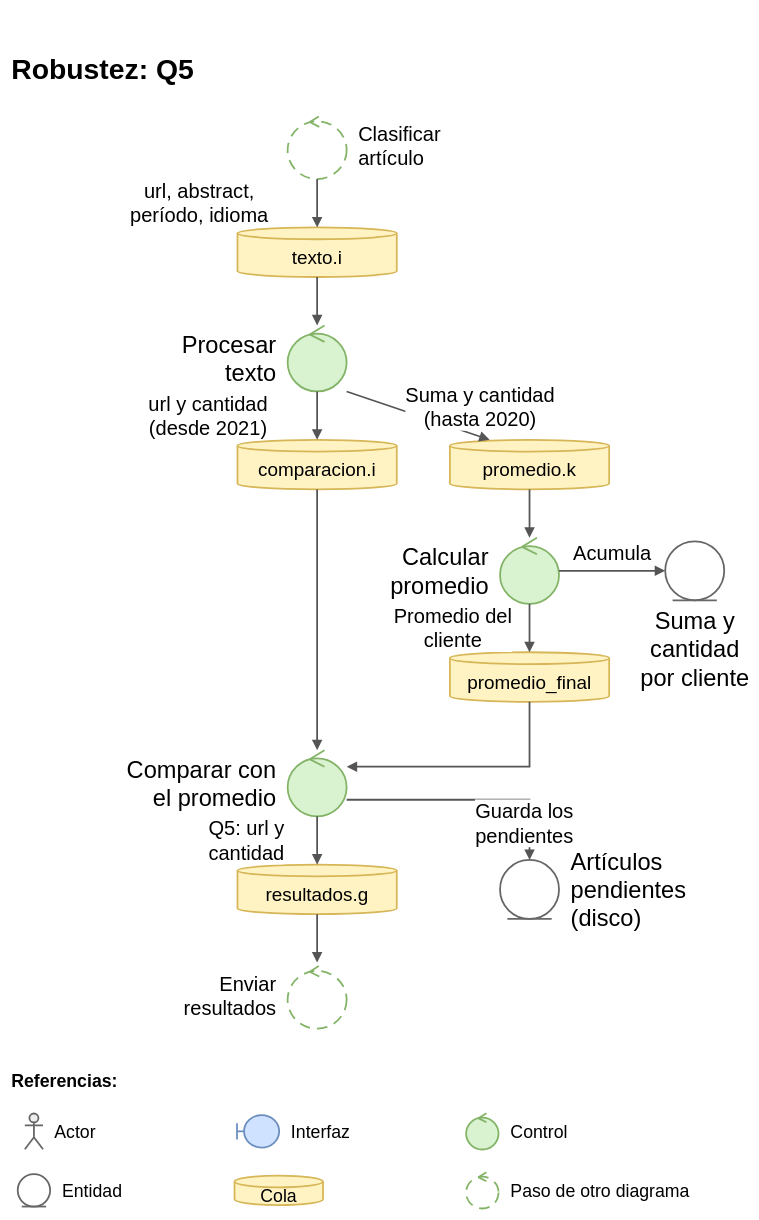
Before: page "Robustez - Q5" (4 of 4) of docs/robustez.drawio in Cristobal710/tp-final-distribuidos, a draw.io diagram. Source tidied: cells renumbered, new cells numbered last; positions are measured from the earlier drawing's top-left corner, leaving out a move shared by most shapes. Both pictures are drawn from the tidied source at 59%, with x=0, y=0 at pixel (10, 51).
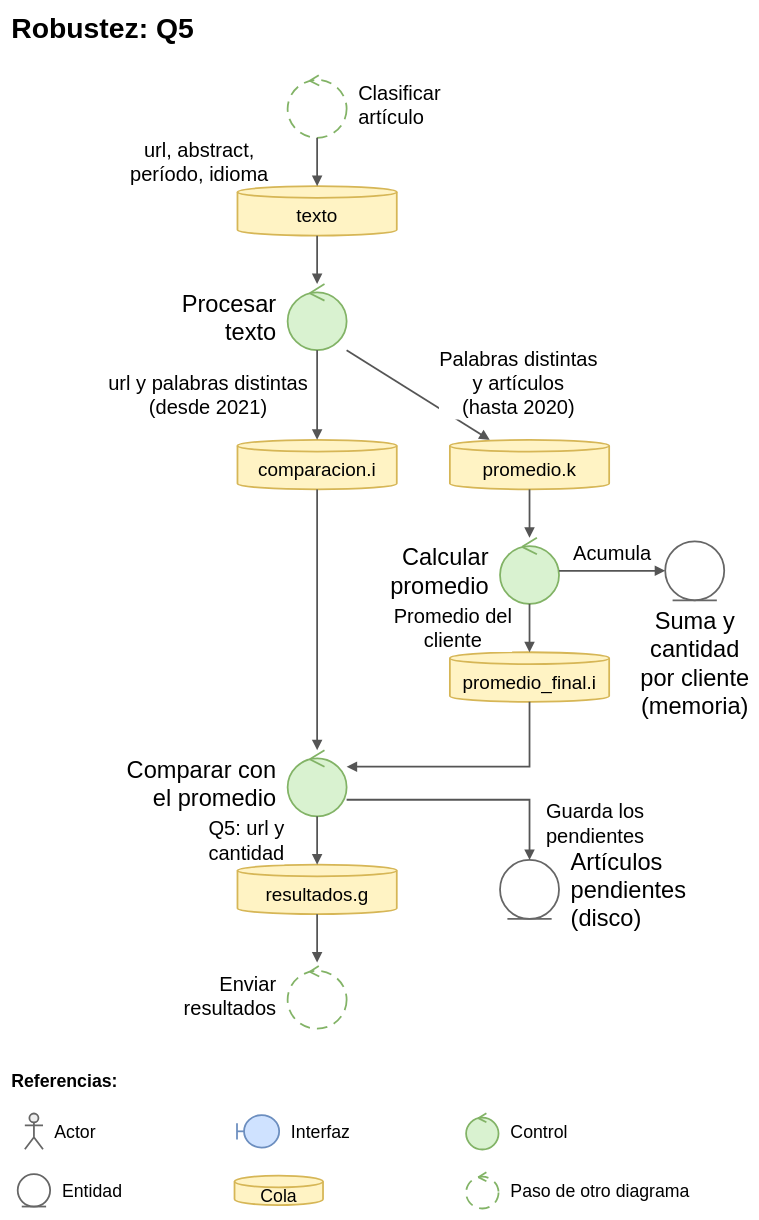
The same page after the edit.

Unchanged cells that the change refers to:
```xml
<mxCell id="6" value="promedio.k" style="shape=cylinder3;boundedLbl=1;size=10;whiteSpace=wrap;html=1;fillColor=#fff3c4;strokeColor=#d6b656;strokeWidth=3;fontFamily=Calibri;fontSize=32;" parent="1" vertex="1">
  <mxGeometry x="745" y="658" width="270" height="84" as="geometry" />
</mxCell>
<mxCell id="7" value="comparacion.i" style="shape=cylinder3;boundedLbl=1;size=10;whiteSpace=wrap;html=1;fillColor=#fff3c4;strokeColor=#d6b656;strokeWidth=3;fontFamily=Calibri;fontSize=32;" parent="1" vertex="1">
  <mxGeometry x="385" y="658" width="270" height="84" as="geometry" />
</mxCell>
<mxCell id="11" value="Comparar con&lt;br&gt;el promedio" style="shape=umlControl;fillColor=#d9f2d0;strokeColor=#82b366;verticalLabelPosition=middle;verticalAlign=middle;labelPosition=left;align=right;spacingRight=18;html=1;whiteSpace=nowrap;strokeWidth=3;fontFamily=Calibri;fontSize=40;" parent="1" vertex="1">
  <mxGeometry x="470" y="1184" width="100" height="112" as="geometry" />
</mxCell>
<mxCell id="12" value="Artículos&lt;br&gt;pendientes&lt;br&gt;(disco)" style="shape=umlEntity;fillColor=#ffffff;strokeColor=#666666;verticalLabelPosition=middle;verticalAlign=middle;labelPosition=right;align=left;spacingLeft=18;html=1;whiteSpace=nowrap;strokeWidth=3;fontFamily=Calibri;fontSize=40;" parent="1" vertex="1">
  <mxGeometry x="830" y="1370" width="100" height="100" as="geometry" />
</mxCell>
```

Diff of the diagram source:
```diff
@@
     <mxCell id="2" value="&lt;b&gt;Robustez: Q5&lt;/b&gt;" style="text;html=1;align=left;verticalAlign=middle;fontFamily=Calibri;fontSize=48;" parent="1" vertex="1">
-      <mxGeometry width="1100" height="60" as="geometry" />
+      <mxGeometry y="-70" width="1100" height="60" as="geometry" />
     </mxCell>
     <mxCell id="3" value="Clasificar&lt;br&gt;artículo" style="shape=umlControl;fillColor=#ffffff;strokeColor=#82b366;dashed=1;dashPattern=6 4;verticalLabelPosition=middle;verticalAlign=middle;labelPosition=right;align=left;spacingLeft=18;html=1;whiteSpace=nowrap;strokeWidth=3;fontFamily=Calibri;fontSize=34;" parent="1" vertex="1">
-      <mxGeometry x="470" y="104" width="100" height="112" as="geometry" />
+      <mxGeometry x="470" y="34" width="100" height="112" as="geometry" />
     </mxCell>
-    <mxCell id="4" value="texto.i" style="shape=cylinder3;boundedLbl=1;size=10;whiteSpace=wrap;html=1;fillColor=#fff3c4;strokeColor=#d6b656;strokeWidth=3;fontFamily=Calibri;fontSize=32;" parent="1" vertex="1">
-      <mxGeometry x="385" y="298" width="270" height="84" as="geometry" />
+    <mxCell id="4" value="texto" style="shape=cylinder3;boundedLbl=1;size=10;whiteSpace=wrap;html=1;fillColor=#fff3c4;strokeColor=#d6b656;strokeWidth=3;fontFamily=Calibri;fontSize=32;" parent="1" vertex="1">
+      <mxGeometry x="385" y="228" width="270" height="84" as="geometry" />
     </mxCell>
     <mxCell id="5" value="Procesar&lt;br&gt;texto" style="shape=umlControl;fillColor=#d9f2d0;strokeColor=#82b366;verticalLabelPosition=middle;verticalAlign=middle;labelPosition=left;align=right;spacingRight=18;html=1;whiteSpace=nowrap;strokeWidth=3;fontFamily=Calibri;fontSize=40;" parent="1" vertex="1">
-      <mxGeometry x="470" y="464" width="100" height="112" as="geometry" />
+      <mxGeometry x="470" y="394" width="100" height="112" as="geometry" />
     </mxCell>
@@
-    <mxCell id="9" value="Suma y&lt;br&gt;cantidad&lt;br&gt;por cliente" style="shape=umlEntity;fillColor=#ffffff;strokeColor=#666666;verticalLabelPosition=bottom;verticalAlign=top;labelPosition=center;align=center;spacingTop=4;html=1;whiteSpace=nowrap;strokeWidth=3;fontFamily=Calibri;fontSize=40;" parent="1" vertex="1">
+    <mxCell id="9" value="Suma y&lt;br&gt;cantidad&lt;br&gt;por cliente&lt;br&gt;(memoria)" style="shape=umlEntity;fillColor=#ffffff;strokeColor=#666666;verticalLabelPosition=bottom;verticalAlign=top;labelPosition=center;align=center;spacingTop=4;html=1;whiteSpace=nowrap;strokeWidth=3;fontFamily=Calibri;fontSize=40;" parent="1" vertex="1">
       <mxGeometry x="1110" y="830" width="100" height="100" as="geometry" />
     </mxCell>
-    <mxCell id="10" value="promedio_final" style="shape=cylinder3;boundedLbl=1;size=10;whiteSpace=wrap;html=1;fillColor=#fff3c4;strokeColor=#d6b656;strokeWidth=3;fontFamily=Calibri;fontSize=32;" parent="1" vertex="1">
+    <mxCell id="10" value="promedio_final.i" style="shape=cylinder3;boundedLbl=1;size=10;whiteSpace=wrap;html=1;fillColor=#fff3c4;strokeColor=#d6b656;strokeWidth=3;fontFamily=Calibri;fontSize=32;" parent="1" vertex="1">
       <mxGeometry x="745" y="1018" width="270" height="84" as="geometry" />
     </mxCell>
@@
-    <mxCell id="17" value="url y cantidad&lt;br&gt;(desde 2021)" style="endArrow=block;endFill=1;endSize=10;html=1;rounded=0;strokeColor=#555555;strokeWidth=3;labelBackgroundColor=#ffffff;fontFamily=Calibri;fontSize=34;exitX=0.5;exitY=1;exitDx=0;exitDy=0;entryX=0.5;entryY=0;entryDx=0;entryDy=0;" parent="1" edge="1" source="5" target="7">
+    <mxCell id="17" value="url y palabras distintas&lt;br&gt;(desde 2021)" style="endArrow=block;endFill=1;endSize=10;html=1;rounded=0;strokeColor=#555555;strokeWidth=3;labelBackgroundColor=#ffffff;fontFamily=Calibri;fontSize=34;exitX=0.5;exitY=1;exitDx=0;exitDy=0;entryX=0.5;entryY=0;entryDx=0;entryDy=0;" parent="1" edge="1" source="5" target="7">
       <mxGeometry relative="1" as="geometry">
         <mxPoint x="-185" as="offset" />
       </mxGeometry>
     </mxCell>
-    <mxCell id="18" value="Suma y cantidad&lt;br&gt;(hasta 2020)" style="endArrow=block;endFill=1;endSize=10;html=1;rounded=0;strokeColor=#555555;strokeWidth=3;labelBackgroundColor=#ffffff;fontFamily=Calibri;fontSize=34;exitX=1;exitY=1;exitDx=0;exitDy=0;entryX=0.25;entryY=0;entryDx=0;entryDy=0;" parent="1" edge="1" source="5" target="6">
+    <mxCell id="18" value="Palabras distintas&lt;br&gt;y artículos&lt;br&gt;(hasta 2020)" style="endArrow=block;endFill=1;endSize=10;html=1;rounded=0;strokeColor=#555555;strokeWidth=3;labelBackgroundColor=#ffffff;fontFamily=Calibri;fontSize=34;exitX=1;exitY=1;exitDx=0;exitDy=0;entryX=0.25;entryY=0;entryDx=0;entryDy=0;" parent="1" edge="1" source="5" target="6">
       <mxGeometry relative="1" as="geometry">
-        <mxPoint x="105" y="-15" as="offset" />
+        <mxPoint x="170" y="-20" as="offset" />
       </mxGeometry>
     </mxCell>
@@
     <mxCell id="24" value="Guarda los&lt;br&gt;pendientes" style="endArrow=block;endFill=1;endSize=10;html=1;rounded=0;strokeColor=#555555;strokeWidth=3;labelBackgroundColor=#ffffff;fontFamily=Calibri;fontSize=34;exitX=1;exitY=0.75;exitDx=0;exitDy=0;entryX=0.5;entryY=0;entryDx=0;entryDy=0;" parent="1" edge="1" source="11" target="12">
       <mxGeometry relative="1" as="geometry">
         <Array as="points">
           <mxPoint x="880" y="1268" />
         </Array>
-        <mxPoint x="95" y="40" as="offset" />
+        <mxPoint x="215" y="40" as="offset" />
       </mxGeometry>
     </mxCell>
```
